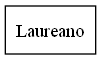
This is Proyectos.png from guy-devoir/EDD_2S2023_PY_201800632, a Graphviz export, as it was before one commit. Its source is kept beside it as Proyectos.dot. Source of this version:
```dot
digraph G {
node [shape=record];
Laureano;
}
```
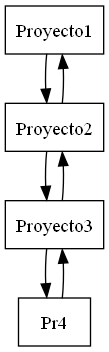
After the commit.

What changed in the source:
```diff
@@ -1,4 +1,13 @@
 digraph G {
 node [shape=record];
-Laureano;
+Proyecto1;
+Proyecto1->Proyecto2;
+Proyecto2;
+Proyecto2->Proyecto3;
+Proyecto2->Proyecto1;
+Proyecto3;
+Proyecto3->Pr4;
+Proyecto3->Proyecto2;
+Pr4;
+Pr4->Proyecto3;
 }
```
